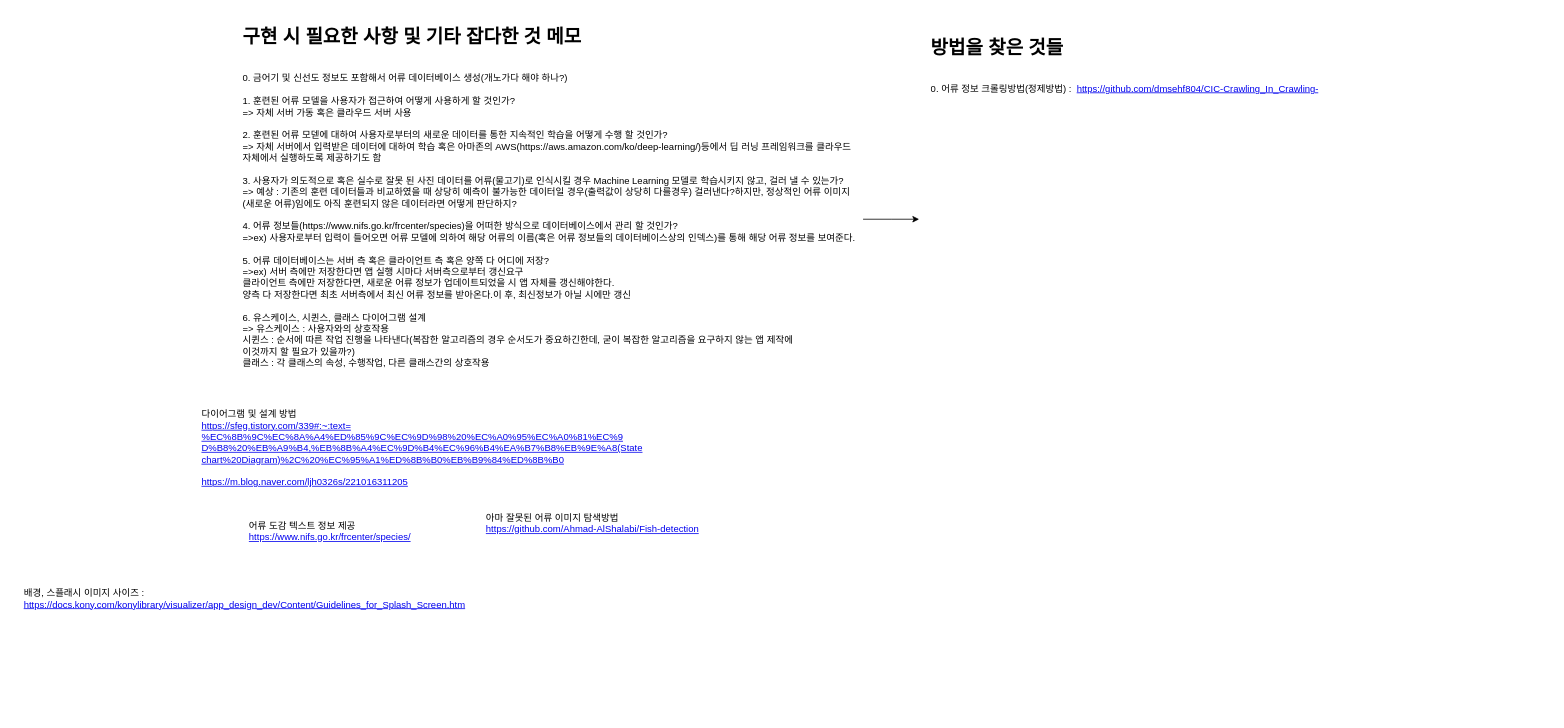
Above: page "메모" (1 of 3) of 설계/설계.drawio in 2021-KNU-Capstone-Team1/FishDic (draw.io), before the change. Source tidied: cells renumbered, new cells numbered last; positions are measured from the earlier drawing's top-left corner, leaving out a move shared by most shapes. Both pictures are drawn from the tidied source at 79%, with x=0, y=0 at pixel (22, 21).
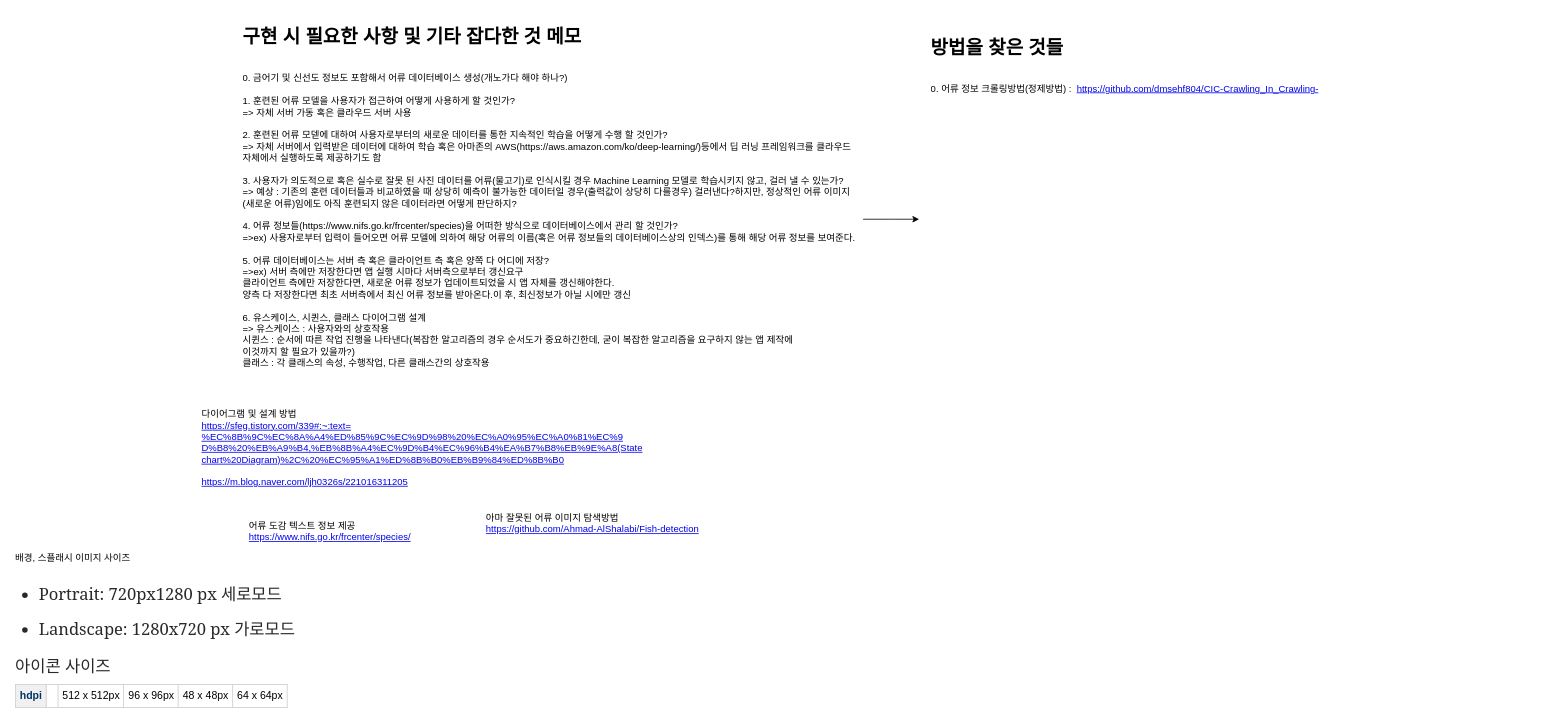
The same page after the edit.

Change to the diagram source:
```diff
@@
 <mxGraphModel>
   <root>
     <mxCell id="0" />
     <mxCell id="1" parent="0" />
     <mxCell id="2" style="edgeStyle=orthogonalEdgeStyle;rounded=0;jettySize=auto;html=1;" parent="1" edge="1" source="3">
       <mxGeometry relative="1" as="geometry">
         <mxPoint x="1135" y="250" as="targetPoint" />
       </mxGeometry>
     </mxCell>
     <mxCell id="3" value="&lt;h1&gt;구현 시 필요한 사항 및 기타 잡다한 것 메모&lt;/h1&gt;&lt;div&gt;&lt;strike&gt;&lt;br&gt;&lt;/strike&gt;&lt;/div&gt;&lt;div&gt;0. 금어기 및 신선도 정보도 포함해서 어류 데이터베이스 생성(개노가다 해야 하나?)&lt;/div&gt;&lt;div&gt;&lt;br&gt;&lt;/div&gt;&lt;div&gt;1. 훈련된 어류 모델을 사용자가 접근하여 어떻게 사용하게 할 것인가?&lt;/div&gt;&lt;div&gt;=&amp;gt; 자체 서버 가동 혹은 클라우드 서버 사용&lt;/div&gt;&lt;div&gt;&lt;br&gt;&lt;/div&gt;&lt;div&gt;2. 훈련된 어류 모덷에 대하여 사용자로부터의 새로운 데이터를 통한 지속적인 학습을 어떻게 수행 할 것인가?&lt;/div&gt;&lt;div&gt;=&amp;gt; 자체 서버에서 입력받은 데이터에 대하여 학습 혹은 아마존의 AWS(https://aws.amazon.com/ko/deep-learning/)등에서 딥 러닝 프레임워크를 클라우드 자체에서 실행하도록 제공하기도 함&lt;/div&gt;&lt;div&gt;&lt;br&gt;&lt;/div&gt;&lt;div&gt;3. 사용자가 의도적으로 혹은 실수로 잘못 된 사진 데이터를 어류(물고기)로 인식시킬 경우 Machine Learning 모델로 학습시키지 않고, 걸러 낼 수 있는가?&lt;/div&gt;&lt;div&gt;=&amp;gt; 예상 : 기존의 훈련 데이터들과 비교하였을 때 상당히 예측이 불가능한 데이터일 경우(출력값이 상당히 다를경우) 걸러낸다?하지만, 정상적인 어류 이미지(새로운 어류)임에도 아직 훈련되지 않은 데이터라면 어떻게 판단하지?&lt;/div&gt;&lt;div&gt;&lt;br&gt;&lt;/div&gt;&lt;div&gt;4. 어류 정보들(https://www.nifs.go.kr/frcenter/species)을 어떠한 방식으로 데이터베이스에서 관리 할 것인가?&lt;/div&gt;&lt;div&gt;=&amp;gt;ex) 사용자로부터 입력이 들어오면 어류 모델에 의하여 해당 어류의 이름(혹은 어류 정보들의 데이터베이스상의 인덱스)를 통해 해당 어류 정보를 보여준다.&lt;/div&gt;&lt;div&gt;&lt;br&gt;&lt;/div&gt;&lt;div&gt;5. 어류 데이터베이스는 서버 측 혹은 클라이언트 측 혹은 양쪽 다 어디에 저장?&lt;/div&gt;&lt;div&gt;=&amp;gt;ex) 서버 측에만 저장한다면 앱 실행 시마다 서버측으로부터 갱신요구&lt;/div&gt;&lt;div&gt;클라이언트 측에만 저장한다면, 새로운 어류 정보가 업데이트되었을 시 앱 자체를 갱신해야한다.&lt;/div&gt;&lt;div&gt;양측 다 저장한다면 최초 서버측에서 최신 어류 정보를 받아온다.이 후, 최신정보가 아닐 시에만 갱신&lt;/div&gt;&lt;div&gt;&lt;br&gt;&lt;/div&gt;&lt;div&gt;6. 유스케이스, 시퀸스, 클래스 다이어그램 설계&lt;/div&gt;&lt;div&gt;=&amp;gt; 유스케이스 : 사용자와의 상호작용&lt;/div&gt;&lt;div&gt;시퀸스 : 순서에 따른 작업 진행을 나타낸다(복잡한 알고리즘의 경우 순서도가 중요하긴한데, 굳이 복잡한 알고리즘을 요구하지 않는 앱 제작에&amp;nbsp;&lt;/div&gt;&lt;div&gt;이것까지 할 필요가 있을까?)&lt;/div&gt;&lt;div&gt;클래스 : 각 클래스의 속성, 수행작업, 다른 클래스간의 상호작용&lt;/div&gt;" style="text;html=1;strokeColor=none;fillColor=none;spacing=5;spacingTop=-20;whiteSpace=wrap;overflow=hidden;rounded=0;align=left;" parent="1" vertex="1">
       <mxGeometry x="274" width="790" height="500" as="geometry" />
     </mxCell>
     <mxCell id="4" value="다이어그램 및 설계 방법&lt;br&gt;&lt;a href=&quot;https://sfeg.tistory.com/339#:~:text=%EC%8B%9C%EC%8A%A4%ED%85%9C%EC%9D%98%20%EC%A0%95%EC%A0%81%EC%9D%B8%20%EB%A9%B4,%EB%8B%A4%EC%9D%B4%EC%96%B4%EA%B7%B8%EB%9E%A8(Statechart%20Diagram)%2C%20%EC%95%A1%ED%8B%B0%EB%B9%84%ED%8B%B0&quot;&gt;https://sfeg.tistory.com/339#:~:text=&lt;br&gt;%EC%8B%9C%EC%8A%A4%ED%85%9C%EC%9D%98%20%EC%A0%95%EC%A0%81%EC%9&lt;br&gt;D%B8%20%EB%A9%B4,%EB%8B%A4%EC%9D%B4%EC%96%B4%EA%B7%B8%EB%9E%A8(State&lt;br&gt;chart%20Diagram)%2C%20%EC%95%A1%ED%8B%B0%EB%B9%84%ED%8B%B0&lt;/a&gt;&lt;br&gt;&lt;br&gt;&lt;a href=&quot;https://m.blog.naver.com/ljh0326s/221016311205&quot;&gt;https://m.blog.naver.com/ljh0326s/221016311205&lt;/a&gt;" style="text;html=1;strokeColor=none;fillColor=none;align=left;verticalAlign=middle;whiteSpace=wrap;rounded=0;" parent="1" vertex="1">
       <mxGeometry x="225" y="460" width="630" height="160" as="geometry" />
     </mxCell>
     <mxCell id="5" value="어류 도감 텍스트 정보 제공&lt;br&gt;&lt;a href=&quot;https://www.nifs.go.kr/frcenter/species/&quot;&gt;https://www.nifs.go.kr/frcenter/species/&lt;/a&gt;" style="text;html=1;align=left;verticalAlign=middle;" parent="1" vertex="1">
       <mxGeometry x="285" y="630" width="220" height="30" as="geometry" />
     </mxCell>
     <mxCell id="6" value="아마 잘못된 어류 이미지 탐색방법&lt;br&gt;&lt;a href=&quot;https://github.com/Ahmad-AlShalabi/Fish-detection&quot;&gt;https://github.com/Ahmad-AlShalabi/Fish-detection&lt;/a&gt;" style="text;html=1;align=left;verticalAlign=middle;" parent="1" vertex="1">
       <mxGeometry x="585" y="620" width="280" height="30" as="geometry" />
     </mxCell>
     <mxCell id="7" value="&lt;h1&gt;방법을 찾은 것들&lt;/h1&gt;&lt;div&gt;&lt;br&gt;&lt;/div&gt;&lt;div&gt;0. 어류 정보 크롤링방법(정제방법) :&amp;nbsp; &lt;a href=&quot;https://github.com/dmsehf804/CIC-Crawling_In_Crawling-&quot;&gt;https://github.com/dmsehf804/CIC-Crawling_In_Crawling-&lt;/a&gt;&lt;/div&gt;" style="text;html=1;strokeColor=none;fillColor=none;spacing=5;spacingTop=-20;whiteSpace=wrap;overflow=hidden;rounded=0;align=left;" parent="1" vertex="1">
       <mxGeometry x="1145" y="13" width="790" height="500" as="geometry" />
     </mxCell>
-    <mxCell id="8" value="배경, 스플래시 이미지 사이즈 :&lt;br&gt;&lt;a href=&quot;https://docs.kony.com/konylibrary/visualizer/app_design_dev/Content/Guidelines_for_Splash_Screen.htm&quot;&gt;https://docs.kony.com/konylibrary/visualizer/app_design_dev/Content/Guidelines_for_Splash_Screen.htm&lt;/a&gt;" style="text;html=1;align=left;verticalAlign=middle;" parent="1" vertex="1">
-      <mxGeometry y="715" width="570" height="30" as="geometry" />
+    <mxCell id="8" value="배경, 스플래시 이미지 사이즈&amp;nbsp;&lt;br&gt;&lt;ul class=&quot;&quot; style=&quot;box-sizing: inherit ; margin: 0px ; padding: 0px ; list-style: none none ; color: rgba(0 , 0 , 0 , 0.8) ; font-family: , , &amp;#34;blinkmacsystemfont&amp;#34; , &amp;#34;segoe ui&amp;#34; , &amp;#34;roboto&amp;#34; , &amp;#34;oxygen&amp;#34; , &amp;#34;ubuntu&amp;#34; , &amp;#34;cantarell&amp;#34; , &amp;#34;open sans&amp;#34; , &amp;#34;helvetica neue&amp;#34; , sans-serif ; font-size: medium ; background-color: rgb(255 , 255 , 255)&quot;&gt;&lt;li id=&quot;1b01&quot; class=&quot;hk hl eb hm b fa ij ho hp fd ik hr hs ht il hv hw hx im hz ia ib in id ie if ig ih ii ey&quot; style=&quot;box-sizing: inherit ; color: rgb(41 , 41 , 41) ; line-height: 32px ; letter-spacing: -0.003em ; font-family: &amp;#34;charter&amp;#34; , &amp;#34;georgia&amp;#34; , &amp;#34;cambria&amp;#34; , &amp;#34;times new roman&amp;#34; , &amp;#34;times&amp;#34; , serif ; margin-bottom: -0.46em ; list-style-type: disc ; margin-left: 30px ; padding-left: 0px ; font-size: 21px ; margin-top: 1.05em&quot;&gt;Portrait: 720px1280 px 세로모드&lt;/li&gt;&lt;li id=&quot;e02c&quot; class=&quot;hk hl eb hm b fa ij ho hp fd ik hr hs ht il hv hw hx im hz ia ib in id ie if ig ih ii ey&quot; style=&quot;box-sizing: inherit ; color: rgb(41 , 41 , 41) ; line-height: 32px ; letter-spacing: -0.003em ; font-family: &amp;#34;charter&amp;#34; , &amp;#34;georgia&amp;#34; , &amp;#34;cambria&amp;#34; , &amp;#34;times new roman&amp;#34; , &amp;#34;times&amp;#34; , serif ; margin-bottom: -0.46em ; list-style-type: disc ; margin-left: 30px ; padding-left: 0px ; font-size: 21px ; margin-top: 1.05em&quot;&gt;Landscape: 1280x720 px 가로모드&lt;/li&gt;&lt;/ul&gt;&lt;div&gt;&lt;br&gt;&lt;/div&gt;&lt;div&gt;&lt;br&gt;&lt;/div&gt;&lt;div&gt;&lt;font color=&quot;#292929&quot; face=&quot;charter, georgia, cambria, times new roman, times, serif&quot;&gt;&lt;span style=&quot;font-size: 21px ; letter-spacing: -0.063px&quot;&gt;아이콘 사이즈&lt;/span&gt;&lt;/font&gt;&lt;/div&gt;&lt;div&gt;&lt;table class=&quot;confluenceTable&quot; style=&quot;box-sizing: inherit ; border: 1px solid rgb(218 , 220 , 224) ; border-collapse: collapse ; font-size: 13px ; font-family: &amp;#34;helvetica&amp;#34; , &amp;#34;arial&amp;#34; , sans-serif ; padding: 0px ; margin: 10px 0px ; line-height: 13pt ; background-color: rgb(255 , 255 , 255) ; text-indent: 0px&quot;&gt;&lt;tbody style=&quot;box-sizing: inherit&quot;&gt;&lt;tr style=&quot;box-sizing: inherit ; border-bottom: 1px solid rgb(218 , 220 , 224) ; font-size: 10pt ; line-height: 13pt&quot;&gt;&lt;th class=&quot;confluenceTh&quot; style=&quot;box-sizing: inherit ; padding: 5px ; border-width: 1px ; border-style: solid ; border-color: rgb(204 , 204 , 204) ; font-size: 10pt ; vertical-align: top ; color: rgb(0 , 51 , 102) ; text-align: left ; margin: 0px ; line-height: 13pt ; background-color: rgb(240 , 240 , 240)&quot;&gt;hdpi&lt;/th&gt;&lt;td class=&quot;confluenceTd&quot; style=&quot;box-sizing: inherit ; padding: 5px ; border-width: 1px ; border-style: solid ; border-color: rgb(204 , 204 , 204) ; font-size: 10pt ; vertical-align: top ; margin: 0px ; line-height: 13pt&quot;&gt;&amp;nbsp;&lt;/td&gt;&lt;td class=&quot;confluenceTd&quot; style=&quot;box-sizing: inherit ; padding: 5px ; border-width: 1px ; border-style: solid ; border-color: rgb(204 , 204 , 204) ; font-size: 10pt ; vertical-align: top ; margin: 0px ; line-height: 13pt&quot;&gt;512 x 512px&lt;/td&gt;&lt;td class=&quot;confluenceTd&quot; style=&quot;box-sizing: inherit ; padding: 5px ; border-width: 1px ; border-style: solid ; border-color: rgb(204 , 204 , 204) ; font-size: 10pt ; vertical-align: top ; margin: 0px ; line-height: 13pt&quot;&gt;96 x 96px&lt;/td&gt;&lt;td class=&quot;confluenceTd&quot; style=&quot;box-sizing: inherit ; padding: 5px ; border-width: 1px ; border-style: solid ; border-color: rgb(204 , 204 , 204) ; font-size: 10pt ; vertical-align: top ; margin: 0px ; line-height: 13pt&quot;&gt;48 x 48px&lt;/td&gt;&lt;td class=&quot;confluenceTd&quot; style=&quot;box-sizing: inherit ; padding: 5px ; border-width: 1px ; border-style: solid ; border-color: rgb(204 , 204 , 204) ; font-size: 10pt ; vertical-align: top ; margin: 0px ; line-height: 13pt&quot;&gt;64 x 64px&lt;/td&gt;&lt;/tr&gt;&lt;/tbody&gt;&lt;/table&gt;&lt;/div&gt;" style="text;html=1;align=left;verticalAlign=middle;" parent="1" vertex="1">
+      <mxGeometry x="-11" y="675" width="360" height="200" as="geometry" />
     </mxCell>
   </root>
 </mxGraphModel>
```
